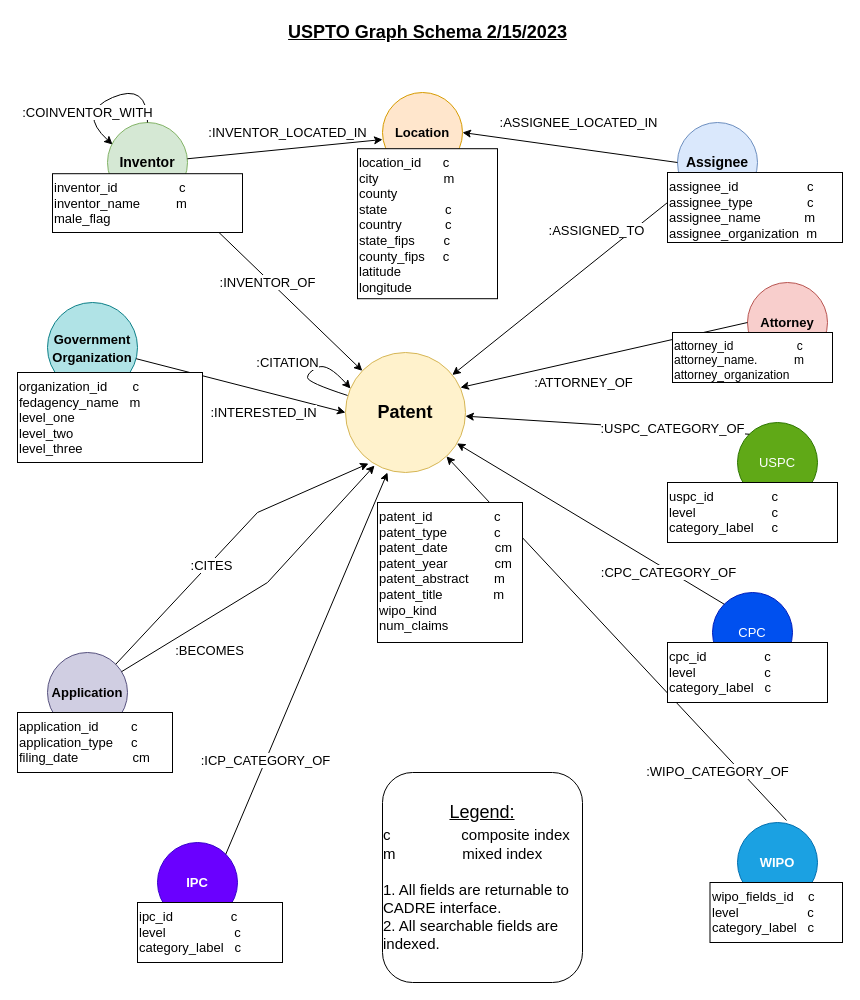
Earlier version of the draw.io diagram uspto20220630/new_uspto_diagram.drawio (iuni-cadre/DataPipelineAndProvenanceForCADRE). Source tidied: cells renumbered, new cells numbered last; positions are measured from the earlier drawing's top-left corner, leaving out a move shared by most shapes. Both pictures are drawn from the tidied source at 100%, with x=0, y=0 at pixel (17, 17).
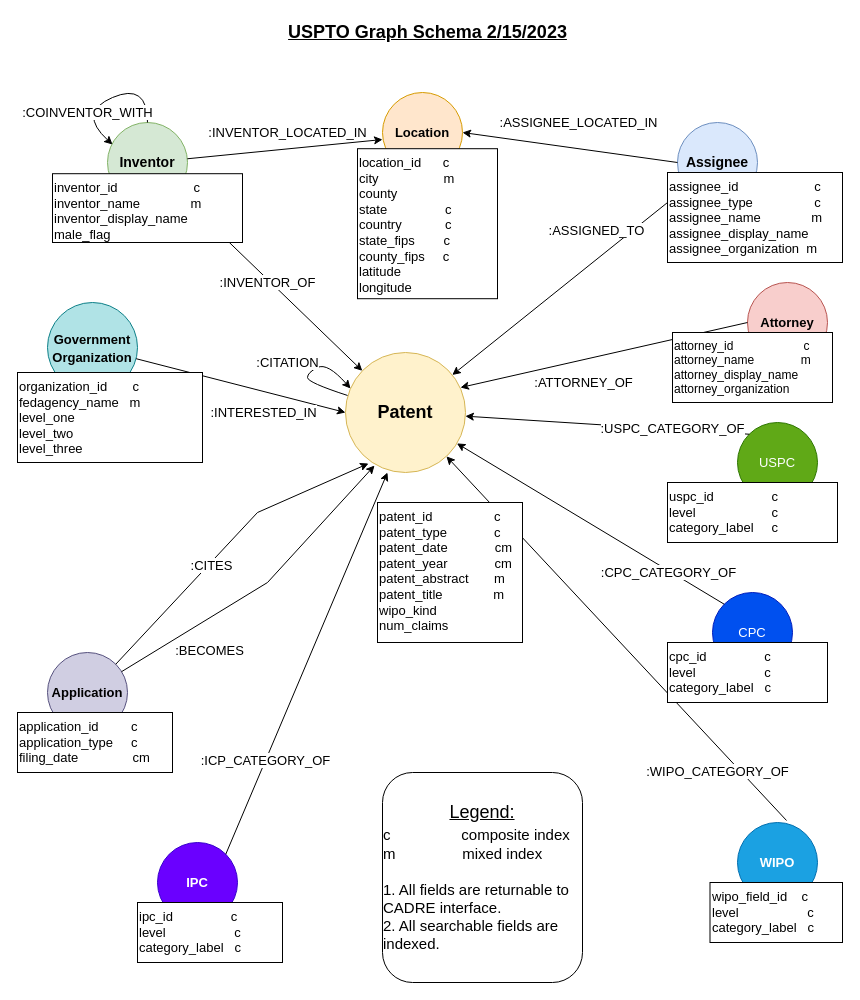
The same diagram, later.

Commit message (it also covers changes not shown here):
Added display names.

The edit, as a diff of the source:
```diff
@@
-    <mxCell id="15" value="assignee_id &amp;nbsp; &amp;nbsp; &amp;nbsp; &amp;nbsp; &amp;nbsp; &amp;nbsp; &amp;nbsp; &amp;nbsp; &amp;nbsp; c&lt;br&gt;assignee_type &amp;nbsp; &amp;nbsp; &amp;nbsp; &amp;nbsp; &amp;nbsp; &amp;nbsp; &amp;nbsp; c&lt;br&gt;assignee_name &amp;nbsp; &amp;nbsp; &amp;nbsp; &amp;nbsp; &amp;nbsp; &amp;nbsp;m&lt;br&gt;assignee_organization &amp;nbsp;m" style="whiteSpace=wrap;html=1;fontSize=13;align=left;verticalAlign=top;" parent="1" vertex="1">
-      <mxGeometry x="650" y="155" width="175" height="70" as="geometry" />
+    <mxCell id="15" value="assignee_id &amp;nbsp; &amp;nbsp; &amp;nbsp; &amp;nbsp; &amp;nbsp; &amp;nbsp; &amp;nbsp; &amp;nbsp; &amp;nbsp; &amp;nbsp; c&lt;br&gt;assignee_type &amp;nbsp; &amp;nbsp; &amp;nbsp; &amp;nbsp; &amp;nbsp; &amp;nbsp; &amp;nbsp; &amp;nbsp; c&lt;br&gt;assignee_name &amp;nbsp; &amp;nbsp; &amp;nbsp; &amp;nbsp; &amp;nbsp; &amp;nbsp; &amp;nbsp;m&lt;br&gt;assignee_display_name&lt;br&gt;assignee_organization &amp;nbsp;m" style="whiteSpace=wrap;html=1;fontSize=13;align=left;verticalAlign=top;" parent="1" vertex="1">
+      <mxGeometry x="650" y="155" width="175" height="90" as="geometry" />
     </mxCell>
-    <mxCell id="16" value="inventor_id &amp;nbsp; &amp;nbsp; &amp;nbsp; &amp;nbsp; &amp;nbsp; &amp;nbsp; &amp;nbsp; &amp;nbsp; c&lt;br&gt;inventor_name &amp;nbsp; &amp;nbsp; &amp;nbsp; &amp;nbsp; &amp;nbsp;m&lt;br&gt;male_flag" style="whiteSpace=wrap;html=1;fontSize=13;align=left;verticalAlign=top;" parent="1" vertex="1">
-      <mxGeometry x="35" y="156.2" width="190" height="58.8" as="geometry" />
+    <mxCell id="16" value="inventor_id &amp;nbsp; &amp;nbsp; &amp;nbsp; &amp;nbsp; &amp;nbsp; &amp;nbsp; &amp;nbsp; &amp;nbsp; &amp;nbsp; &amp;nbsp; c&lt;br&gt;inventor_name &amp;nbsp; &amp;nbsp; &amp;nbsp; &amp;nbsp; &amp;nbsp; &amp;nbsp; &amp;nbsp;m&lt;br&gt;inventor_display_name&lt;br&gt;male_flag" style="whiteSpace=wrap;html=1;fontSize=13;align=left;verticalAlign=top;" parent="1" vertex="1">
+      <mxGeometry x="35" y="156.2" width="190" height="68.8" as="geometry" />
     </mxCell>
@@
-    <mxCell id="19" value="attorney_id &amp;nbsp; &amp;nbsp; &amp;nbsp; &amp;nbsp; &amp;nbsp; &amp;nbsp; &amp;nbsp; &amp;nbsp; &amp;nbsp; c&lt;br&gt;attorney_name. &amp;nbsp; &amp;nbsp; &amp;nbsp; &amp;nbsp; &amp;nbsp; m&lt;br&gt;&lt;div style=&quot;&quot;&gt;&lt;span style=&quot;background-color: initial;&quot;&gt;attorney_organization &amp;nbsp;&lt;/span&gt;&lt;/div&gt;" style="rounded=0;whiteSpace=wrap;html=1;align=left;verticalAlign=top;" parent="1" vertex="1">
-      <mxGeometry x="655" y="315" width="160" height="50" as="geometry" />
+    <mxCell id="19" value="attorney_id &amp;nbsp; &amp;nbsp; &amp;nbsp; &amp;nbsp; &amp;nbsp; &amp;nbsp; &amp;nbsp; &amp;nbsp; &amp;nbsp; &amp;nbsp; c&lt;br&gt;attorney_name &amp;nbsp; &amp;nbsp; &amp;nbsp; &amp;nbsp; &amp;nbsp; &amp;nbsp; &amp;nbsp;m&lt;br&gt;attorney_display_name&lt;br&gt;&lt;div style=&quot;&quot;&gt;&lt;span style=&quot;background-color: initial;&quot;&gt;attorney_organization &amp;nbsp;&lt;/span&gt;&lt;/div&gt;" style="rounded=0;whiteSpace=wrap;html=1;align=left;verticalAlign=top;" parent="1" vertex="1">
+      <mxGeometry x="655" y="315" width="160" height="70" as="geometry" />
     </mxCell>
@@
-    <mxCell id="40" value="wipo_fields_id &amp;nbsp; &amp;nbsp;c&lt;br&gt;level &amp;nbsp; &amp;nbsp; &amp;nbsp; &amp;nbsp; &amp;nbsp; &amp;nbsp; &amp;nbsp; &amp;nbsp; &amp;nbsp; c&lt;br&gt;category_label &amp;nbsp; c" style="rounded=0;whiteSpace=wrap;html=1;fontSize=13;align=left;verticalAlign=top;" parent="1" vertex="1">
+    <mxCell id="40" value="wipo_field_id &amp;nbsp; &amp;nbsp;c&lt;br&gt;level &amp;nbsp; &amp;nbsp; &amp;nbsp; &amp;nbsp; &amp;nbsp; &amp;nbsp; &amp;nbsp; &amp;nbsp; &amp;nbsp; c&lt;br&gt;category_label &amp;nbsp; c" style="rounded=0;whiteSpace=wrap;html=1;fontSize=13;align=left;verticalAlign=top;" parent="1" vertex="1">
       <mxGeometry x="692.5" y="865" width="132.5" height="60" as="geometry" />
     </mxCell>
```
